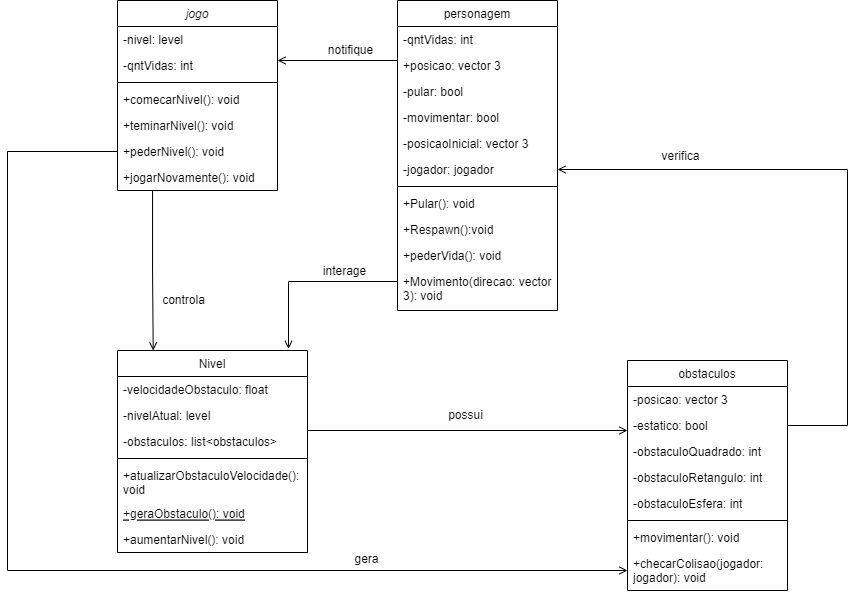
This is Diagramas/Diagrama de Classe JavaScript.drawio.png from KalCastro/Game_Deep, a draw.io export, as it was before one commit. Source tidied: cells renumbered, new cells last; positions are measured from the earlier drawing's top-left corner, leaving out a move shared by most shapes.
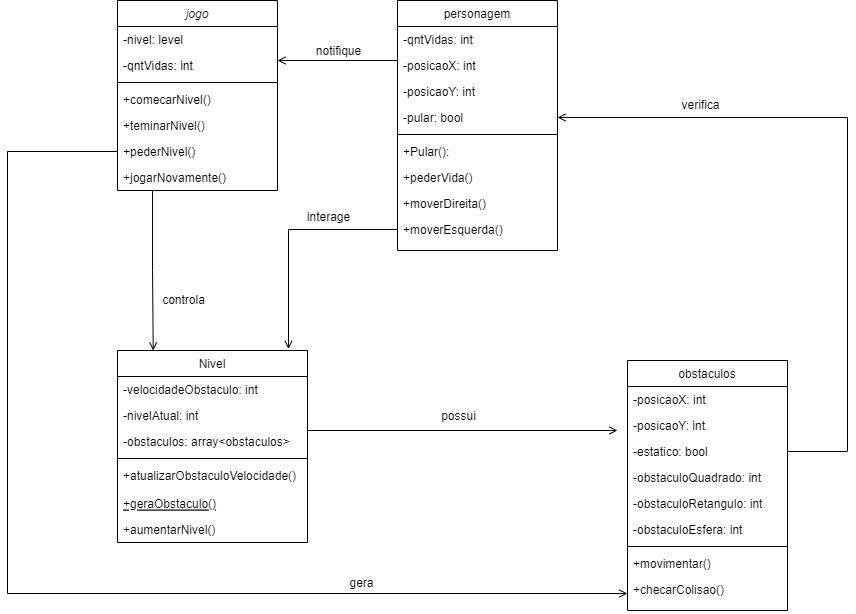
After the commit.

Diff of the diagram source:
```diff
@@ -14,80 +14,75 @@
     <mxCell id="5" style="line;html=1;strokeWidth=1;align=left;verticalAlign=middle;spacingTop=-1;spacingLeft=3;spacingRight=3;labelPosition=right;" parent="2" vertex="1">
       <mxGeometry y="78" width="160" height="8" as="geometry" />
     </mxCell>
-    <mxCell id="6" value="+comecarNivel(): void" style="text;align=left;verticalAlign=top;spacingLeft=4;spacingRight=4;overflow=hidden;" parent="2" vertex="1">
+    <mxCell id="6" value="+comecarNivel()" style="text;align=left;verticalAlign=top;spacingLeft=4;spacingRight=4;overflow=hidden;" parent="2" vertex="1">
       <mxGeometry y="86" width="160" height="26" as="geometry" />
     </mxCell>
-    <mxCell id="7" value="+teminarNivel(): void" style="text;align=left;verticalAlign=top;spacingLeft=4;spacingRight=4;overflow=hidden;rounded=0;shadow=0;html=0;" parent="2" vertex="1">
+    <mxCell id="7" value="+teminarNivel()" style="text;align=left;verticalAlign=top;spacingLeft=4;spacingRight=4;overflow=hidden;rounded=0;shadow=0;html=0;" parent="2" vertex="1">
       <mxGeometry y="112" width="160" height="26" as="geometry" />
     </mxCell>
-    <mxCell id="8" value="+pederNivel(): void" style="text;align=left;verticalAlign=top;spacingLeft=4;spacingRight=4;overflow=hidden;points=[[0,0.5],[1,0.5]];portConstraint=eastwest;rounded=0;shadow=0;html=0;" parent="2" vertex="1">
+    <mxCell id="8" value="+pederNivel()" style="text;align=left;verticalAlign=top;spacingLeft=4;spacingRight=4;overflow=hidden;points=[[0,0.5],[1,0.5]];portConstraint=eastwest;rounded=0;shadow=0;html=0;" parent="2" vertex="1">
       <mxGeometry y="138" width="160" height="26" as="geometry" />
     </mxCell>
-    <mxCell id="9" value="+jogarNovamente(): void" style="text;align=left;verticalAlign=top;spacingLeft=4;spacingRight=4;overflow=hidden;points=[[0,0.5],[1,0.5]];portConstraint=eastwest;rounded=0;shadow=0;html=0;" parent="2" vertex="1">
+    <mxCell id="9" value="+jogarNovamente()" style="text;align=left;verticalAlign=top;spacingLeft=4;spacingRight=4;overflow=hidden;points=[[0,0.5],[1,0.5]];portConstraint=eastwest;rounded=0;shadow=0;html=0;" parent="2" vertex="1">
       <mxGeometry y="164" width="160" height="26" as="geometry" />
     </mxCell>
     <mxCell id="10" value="Nivel" style="swimlane;fontStyle=0;align=center;verticalAlign=top;horizontal=1;startSize=26;rounded=0;shadow=0;strokeWidth=1;" parent="1" vertex="1">
-      <mxGeometry x="110" y="399" width="190" height="202" as="geometry" />
+      <mxGeometry x="110" y="399" width="190" height="192" as="geometry" />
     </mxCell>
-    <mxCell id="11" value="-velocidadeObstaculo: float" style="text;align=left;verticalAlign=top;spacingLeft=4;spacingRight=4;overflow=hidden;rounded=0;shadow=0;html=0;" parent="10" vertex="1">
+    <mxCell id="11" value="-velocidadeObstaculo: int" style="text;align=left;verticalAlign=top;spacingLeft=4;spacingRight=4;overflow=hidden;rounded=0;shadow=0;html=0;" parent="10" vertex="1">
       <mxGeometry y="26" width="190" height="26" as="geometry" />
     </mxCell>
-    <mxCell id="12" value="-nivelAtual: level" style="text;align=left;verticalAlign=top;spacingLeft=4;spacingRight=4;overflow=hidden;rounded=0;shadow=0;html=0;" parent="10" vertex="1">
+    <mxCell id="12" value="-nivelAtual: int" style="text;align=left;verticalAlign=top;spacingLeft=4;spacingRight=4;overflow=hidden;rounded=0;shadow=0;html=0;" parent="10" vertex="1">
       <mxGeometry y="52" width="190" height="26" as="geometry" />
     </mxCell>
-    <mxCell id="13" value="-obstaculos: list&lt;obstaculos&gt;" style="text;align=left;verticalAlign=top;spacingLeft=4;spacingRight=4;overflow=hidden;points=[[0,0.5],[1,0.5]];portConstraint=eastwest;rounded=0;shadow=0;html=0;" parent="10" vertex="1">
+    <mxCell id="13" value="-obstaculos: array&lt;obstaculos&gt;" style="text;align=left;verticalAlign=top;spacingLeft=4;spacingRight=4;overflow=hidden;points=[[0,0.5],[1,0.5]];portConstraint=eastwest;rounded=0;shadow=0;html=0;" parent="10" vertex="1">
       <mxGeometry y="78" width="190" height="26" as="geometry" />
     </mxCell>
     <mxCell id="14" style="line;html=1;strokeWidth=1;align=left;verticalAlign=middle;spacingTop=-1;spacingLeft=3;spacingRight=3;labelPosition=right;" parent="10" vertex="1">
       <mxGeometry y="104" width="190" height="8" as="geometry" />
     </mxCell>
-    <mxCell id="15" value="+atualizarObstaculoVelocidade(): void" style="text;align=left;verticalAlign=top;spacingLeft=4;spacingRight=4;overflow=hidden;whiteSpace=wrap;" parent="10" vertex="1">
-      <mxGeometry y="112" width="190" height="38" as="geometry" />
+    <mxCell id="15" value="+atualizarObstaculoVelocidade()" style="text;align=left;verticalAlign=top;spacingLeft=4;spacingRight=4;overflow=hidden;whiteSpace=wrap;" parent="10" vertex="1">
+      <mxGeometry y="112" width="190" height="28" as="geometry" />
     </mxCell>
-    <mxCell id="16" value="+geraObstaculo(): void" style="text;align=left;verticalAlign=top;spacingLeft=4;spacingRight=4;overflow=hidden;fontStyle=4;" parent="10" vertex="1">
-      <mxGeometry y="150" width="190" height="26" as="geometry" />
+    <mxCell id="16" value="+geraObstaculo()" style="text;align=left;verticalAlign=top;spacingLeft=4;spacingRight=4;overflow=hidden;fontStyle=4;" parent="10" vertex="1">
+      <mxGeometry y="140" width="190" height="26" as="geometry" />
     </mxCell>
-    <mxCell id="17" value="+aumentarNivel(): void" style="text;align=left;verticalAlign=top;spacingLeft=4;spacingRight=4;overflow=hidden;" parent="10" vertex="1">
-      <mxGeometry y="176" width="190" height="26" as="geometry" />
+    <mxCell id="17" value="+aumentarNivel()" style="text;align=left;verticalAlign=top;spacingLeft=4;spacingRight=4;overflow=hidden;" parent="10" vertex="1">
+      <mxGeometry y="166" width="190" height="26" as="geometry" />
     </mxCell>
     <mxCell id="18" value="personagem" style="swimlane;fontStyle=0;align=center;verticalAlign=top;horizontal=1;startSize=26;rounded=0;shadow=0;strokeWidth=1;" parent="1" vertex="1">
-      <mxGeometry x="390" y="49" width="160" height="310" as="geometry" />
+      <mxGeometry x="390" y="49" width="160" height="250" as="geometry" />
     </mxCell>
     <mxCell id="19" value="-qntVidas: int" style="text;align=left;verticalAlign=top;spacingLeft=4;spacingRight=4;overflow=hidden;rounded=0;shadow=0;html=0;" parent="18" vertex="1">
       <mxGeometry y="26" width="160" height="26" as="geometry" />
     </mxCell>
-    <mxCell id="20" value="+posicao: vector 3" style="text;align=left;verticalAlign=top;spacingLeft=4;spacingRight=4;overflow=hidden;" parent="18" vertex="1">
-      <mxGeometry y="52" width="160" height="26" as="geometry" />
-    </mxCell>
+    <mxCell id="51" value="-posicaoX: int" style="text;align=left;verticalAlign=top;spacingLeft=4;spacingRight=4;overflow=hidden;" parent="18" vertex="1">
+      <mxGeometry y="52" width="160" height="26" as="geometry" />
+    </mxCell>
+    <mxCell id="52" value="-posicaoY: int" style="text;align=left;verticalAlign=top;spacingLeft=4;spacingRight=4;overflow=hidden;" parent="18" vertex="1">
+      <mxGeometry y="78" width="160" height="26" as="geometry" />
+    </mxCell>
     <mxCell id="21" value="-pular: bool" style="text;align=left;verticalAlign=top;spacingLeft=4;spacingRight=4;overflow=hidden;points=[[0,0.5],[1,0.5]];portConstraint=eastwest;rounded=0;shadow=0;html=0;" parent="18" vertex="1">
-      <mxGeometry y="78" width="160" height="26" as="geometry" />
+      <mxGeometry y="104" width="160" height="26" as="geometry" />
     </mxCell>
-    <mxCell id="22" value="-movimentar: bool" style="text;align=left;verticalAlign=top;spacingLeft=4;spacingRight=4;overflow=hidden;points=[[0,0.5],[1,0.5]];portConstraint=eastwest;rounded=0;shadow=0;html=0;" parent="18" vertex="1">
-      <mxGeometry y="104" width="160" height="26" as="geometry" />
-    </mxCell>
-    <mxCell id="23" value="-posicaoInicial: vector 3" style="text;align=left;verticalAlign=top;spacingLeft=4;spacingRight=4;overflow=hidden;" parent="18" vertex="1">
-      <mxGeometry y="130" width="160" height="26" as="geometry" />
-    </mxCell>
-    <mxCell id="24" value="-jogador: jogador" style="text;align=left;verticalAlign=top;spacingLeft=4;spacingRight=4;overflow=hidden;points=[[0,0.5],[1,0.5]];portConstraint=eastwest;rounded=0;shadow=0;html=0;" parent="18" vertex="1">
-      <mxGeometry y="156" width="160" height="26" as="geometry" />
-    </mxCell>
     <mxCell id="25" style="line;html=1;strokeWidth=1;align=left;verticalAlign=middle;spacingTop=-1;spacingLeft=3;spacingRight=3;labelPosition=right;" parent="18" vertex="1">
-      <mxGeometry y="182" width="160" height="8" as="geometry" />
+      <mxGeometry y="130" width="160" height="8" as="geometry" />
     </mxCell>
-    <mxCell id="26" value="+Pular(): void" style="text;align=left;verticalAlign=top;spacingLeft=4;spacingRight=4;overflow=hidden;rounded=0;shadow=0;html=0;" parent="18" vertex="1">
-      <mxGeometry y="190" width="160" height="26" as="geometry" />
+    <mxCell id="26" value="+Pular():" style="text;align=left;verticalAlign=top;spacingLeft=4;spacingRight=4;overflow=hidden;rounded=0;shadow=0;html=0;" parent="18" vertex="1">
+      <mxGeometry y="138" width="160" height="26" as="geometry" />
     </mxCell>
+    <mxCell id="28" value="+pederVida()" style="text;align=left;verticalAlign=top;spacingLeft=4;spacingRight=4;overflow=hidden;points=[[0,0.5],[1,0.5]];portConstraint=eastwest;rounded=0;shadow=0;html=0;" parent="18" vertex="1">
+      <mxGeometry y="164" width="160" height="26" as="geometry" />
+    </mxCell>
+    <mxCell id="22" value="+moverDireita()" style="text;align=left;verticalAlign=top;spacingLeft=4;spacingRight=4;overflow=hidden;points=[[0,0.5],[1,0.5]];portConstraint=eastwest;rounded=0;shadow=0;html=0;" parent="18" vertex="1">
+      <mxGeometry y="190" width="160" height="26" as="geometry" />
+    </mxCell>
-    <mxCell id="27" value="+Respawn():void" style="text;align=left;verticalAlign=top;spacingLeft=4;spacingRight=4;overflow=hidden;points=[[0,0.5],[1,0.5]];portConstraint=eastwest;rounded=0;shadow=0;html=0;" parent="18" vertex="1">
+    <mxCell id="27" value="+moverEsquerda()" style="text;align=left;verticalAlign=top;spacingLeft=4;spacingRight=4;overflow=hidden;points=[[0,0.5],[1,0.5]];portConstraint=eastwest;rounded=0;shadow=0;html=0;" parent="18" vertex="1">
       <mxGeometry y="216" width="160" height="26" as="geometry" />
     </mxCell>
-    <mxCell id="28" value="+pederVida(): void" style="text;align=left;verticalAlign=top;spacingLeft=4;spacingRight=4;overflow=hidden;points=[[0,0.5],[1,0.5]];portConstraint=eastwest;rounded=0;shadow=0;html=0;" parent="18" vertex="1">
-      <mxGeometry y="242" width="160" height="26" as="geometry" />
-    </mxCell>
-    <mxCell id="29" value="+Movimento(direcao: vector 3): void" style="text;align=left;verticalAlign=top;spacingLeft=4;spacingRight=4;overflow=hidden;strokeWidth=0;html=1;whiteSpace=wrap;" parent="18" vertex="1">
-      <mxGeometry y="268" width="160" height="42" as="geometry" />
-    </mxCell>
-    <mxCell id="30" style="endArrow=open;shadow=0;strokeWidth=1;rounded=0;endFill=1;edgeStyle=elbowEdgeStyle;elbow=vertical;exitX=0;exitY=0.5;exitDx=0;exitDy=0;" parent="1" edge="1" source="22">
+    <mxCell id="30" style="endArrow=open;shadow=0;strokeWidth=1;rounded=0;endFill=1;edgeStyle=elbowEdgeStyle;elbow=vertical;" parent="1" edge="1">
       <mxGeometry x="0.5" y="41" relative="1" as="geometry">
+        <mxPoint x="390" y="119" as="sourcePoint" />
         <mxPoint x="270" y="109" as="targetPoint" />
         <Array as="points">
           <mxPoint x="310" y="109" />
@@ -101,31 +96,34 @@
       </mxGeometry>
     </mxCell>
     <mxCell id="32" value="obstaculos" style="swimlane;fontStyle=0;align=center;verticalAlign=top;horizontal=1;startSize=26;rounded=0;shadow=0;strokeWidth=1;" parent="1" vertex="1">
-      <mxGeometry x="620" y="409" width="160" height="230" as="geometry" />
+      <mxGeometry x="620" y="409" width="160" height="250" as="geometry" />
     </mxCell>
-    <mxCell id="33" value="-posicao: vector 3" style="text;align=left;verticalAlign=top;spacingLeft=4;spacingRight=4;overflow=hidden;" parent="32" vertex="1">
+    <mxCell id="33" value="-posicaoX: int" style="text;align=left;verticalAlign=top;spacingLeft=4;spacingRight=4;overflow=hidden;" parent="32" vertex="1">
       <mxGeometry y="26" width="160" height="26" as="geometry" />
     </mxCell>
+    <mxCell id="53" value="-posicaoY: int" style="text;align=left;verticalAlign=top;spacingLeft=4;spacingRight=4;overflow=hidden;" parent="32" vertex="1">
+      <mxGeometry y="52" width="160" height="26" as="geometry" />
+    </mxCell>
     <mxCell id="34" value="-estatico: bool" style="text;align=left;verticalAlign=top;spacingLeft=4;spacingRight=4;overflow=hidden;points=[[0,0.5],[1,0.5]];portConstraint=eastwest;rounded=0;shadow=0;html=0;" parent="32" vertex="1">
-      <mxGeometry y="52" width="160" height="26" as="geometry" />
+      <mxGeometry y="78" width="160" height="26" as="geometry" />
     </mxCell>
     <mxCell id="35" value="-obstaculoQuadrado: int" style="text;align=left;verticalAlign=top;spacingLeft=4;spacingRight=4;overflow=hidden;rounded=0;shadow=0;html=0;" parent="32" vertex="1">
-      <mxGeometry y="78" width="160" height="26" as="geometry" />
+      <mxGeometry y="104" width="160" height="26" as="geometry" />
     </mxCell>
     <mxCell id="36" value="-obstaculoRetangulo: int" style="text;align=left;verticalAlign=top;spacingLeft=4;spacingRight=4;overflow=hidden;rounded=0;shadow=0;html=0;" parent="32" vertex="1">
-      <mxGeometry y="104" width="160" height="26" as="geometry" />
+      <mxGeometry y="130" width="160" height="26" as="geometry" />
     </mxCell>
     <mxCell id="37" value="-obstaculoEsfera: int" style="text;align=left;verticalAlign=top;spacingLeft=4;spacingRight=4;overflow=hidden;" parent="32" vertex="1">
-      <mxGeometry y="130" width="160" height="26" as="geometry" />
+      <mxGeometry y="156" width="160" height="26" as="geometry" />
     </mxCell>
     <mxCell id="38" style="line;html=1;strokeWidth=1;align=left;verticalAlign=middle;spacingTop=-1;spacingLeft=3;spacingRight=3;labelPosition=right;" parent="32" vertex="1">
-      <mxGeometry y="156" width="160" height="8" as="geometry" />
+      <mxGeometry y="182" width="160" height="8" as="geometry" />
     </mxCell>
-    <mxCell id="39" value="+movimentar(): void" style="text;align=left;verticalAlign=top;spacingLeft=4;spacingRight=4;overflow=hidden;" parent="32" vertex="1">
-      <mxGeometry y="164" width="160" height="26" as="geometry" />
+    <mxCell id="39" value="+movimentar()" style="text;align=left;verticalAlign=top;spacingLeft=4;spacingRight=4;overflow=hidden;" parent="32" vertex="1">
+      <mxGeometry y="190" width="160" height="26" as="geometry" />
     </mxCell>
-    <mxCell id="40" value="+checarColisao(jogador: jogador): void" style="text;align=left;verticalAlign=top;spacingLeft=4;spacingRight=4;overflow=hidden;points=[[0,0.5],[1,0.5]];portConstraint=eastwest;rounded=0;shadow=0;html=0;whiteSpace=wrap;" parent="32" vertex="1">
-      <mxGeometry y="190" width="160" height="40" as="geometry" />
+    <mxCell id="40" value="+checarColisao()" style="text;align=left;verticalAlign=top;spacingLeft=4;spacingRight=4;overflow=hidden;points=[[0,0.5],[1,0.5]];portConstraint=eastwest;rounded=0;shadow=0;html=0;whiteSpace=wrap;" parent="32" vertex="1">
+      <mxGeometry y="216" width="160" height="34" as="geometry" />
     </mxCell>
     <mxCell id="41" style="endArrow=open;shadow=0;strokeWidth=1;rounded=0;endFill=1;edgeStyle=elbowEdgeStyle;elbow=vertical;entryX=0.188;entryY=0;entryDx=0;entryDy=0;entryPerimeter=0;exitX=0.219;exitY=1.016;exitDx=0;exitDy=0;exitPerimeter=0;" parent="1" edge="1" source="9" target="10">
       <mxGeometry x="0.5" y="41" relative="1" as="geometry">
@@ -137,10 +135,10 @@
         <mxPoint x="-19" y="-10" as="offset" />
       </mxGeometry>
     </mxCell>
-    <mxCell id="43" style="endArrow=open;shadow=0;strokeWidth=1;rounded=0;endFill=1;edgeStyle=elbowEdgeStyle;elbow=vertical;exitX=0;exitY=0.5;exitDx=0;exitDy=0;exitPerimeter=0;entryX=0.9;entryY=-0.008;entryDx=0;entryDy=0;entryPerimeter=0;" parent="1" edge="1" source="28" target="10">
+    <mxCell id="43" style="endArrow=open;shadow=0;strokeWidth=1;rounded=0;endFill=1;edgeStyle=elbowEdgeStyle;elbow=vertical;exitX=0;exitY=0.5;exitDx=0;exitDy=0;entryX=0.9;entryY=-0.008;entryDx=0;entryDy=0;entryPerimeter=0;" parent="1" edge="1" source="27" target="10">
       <mxGeometry x="0.5" y="41" relative="1" as="geometry">
         <Array as="points">
-          <mxPoint x="340" y="330" />
+          <mxPoint x="320" y="278" />
           <mxPoint x="239.9" />
         </Array>
         <mxPoint x="-40" y="32" as="offset" />
@@ -148,10 +146,10 @@
     </mxCell>
     <mxCell id="44" value="interage" style="text;html=1;align=center;verticalAlign=middle;labelBackgroundColor=none;rounded=0;shadow=0;strokeWidth=1;fontSize=12;" parent="43" vertex="1">
       <mxGeometry x="0.5" y="49" relative="1" as="geometry">
-        <mxPoint x="7" y="-27" as="offset" />
+        <mxPoint x="-10" y="-75" as="offset" />
       </mxGeometry>
     </mxCell>
-    <mxCell id="45" style="endArrow=open;shadow=0;strokeWidth=1;rounded=0;endFill=1;edgeStyle=elbowEdgeStyle;elbow=vertical;exitX=1;exitY=0.5;exitDx=0;exitDy=0;entryX=1;entryY=0.5;entryDx=0;entryDy=0;" parent="1" edge="1" source="34" target="24">
+    <mxCell id="45" style="endArrow=open;shadow=0;strokeWidth=1;rounded=0;endFill=1;edgeStyle=elbowEdgeStyle;elbow=vertical;exitX=1;exitY=0.5;exitDx=0;exitDy=0;entryX=1;entryY=0.5;entryDx=0;entryDy=0;" parent="1" edge="1" source="34" target="21">
       <mxGeometry x="0.5" y="41" relative="1" as="geometry">
         <Array as="points">
           <mxPoint x="840" y="479" />
@@ -179,8 +177,9 @@
         <mxPoint x="26" y="38" as="offset" />
       </mxGeometry>
     </mxCell>
-    <mxCell id="49" style="endArrow=open;shadow=0;strokeWidth=1;rounded=0;endFill=1;edgeStyle=elbowEdgeStyle;elbow=vertical;exitX=1;exitY=0.077;exitDx=0;exitDy=0;exitPerimeter=0;entryX=0;entryY=0.692;entryDx=0;entryDy=0;entryPerimeter=0;" parent="1" edge="1" source="13" target="34">
+    <mxCell id="49" style="endArrow=open;shadow=0;strokeWidth=1;rounded=0;endFill=1;edgeStyle=elbowEdgeStyle;elbow=vertical;exitX=1;exitY=0.077;exitDx=0;exitDy=0;exitPerimeter=0;" parent="1" edge="1" source="13">
       <mxGeometry x="0.5" y="41" relative="1" as="geometry">
+        <mxPoint x="610" y="479" as="targetPoint" />
         <Array as="points">
           <mxPoint x="450" y="479" />
         </Array>
```
